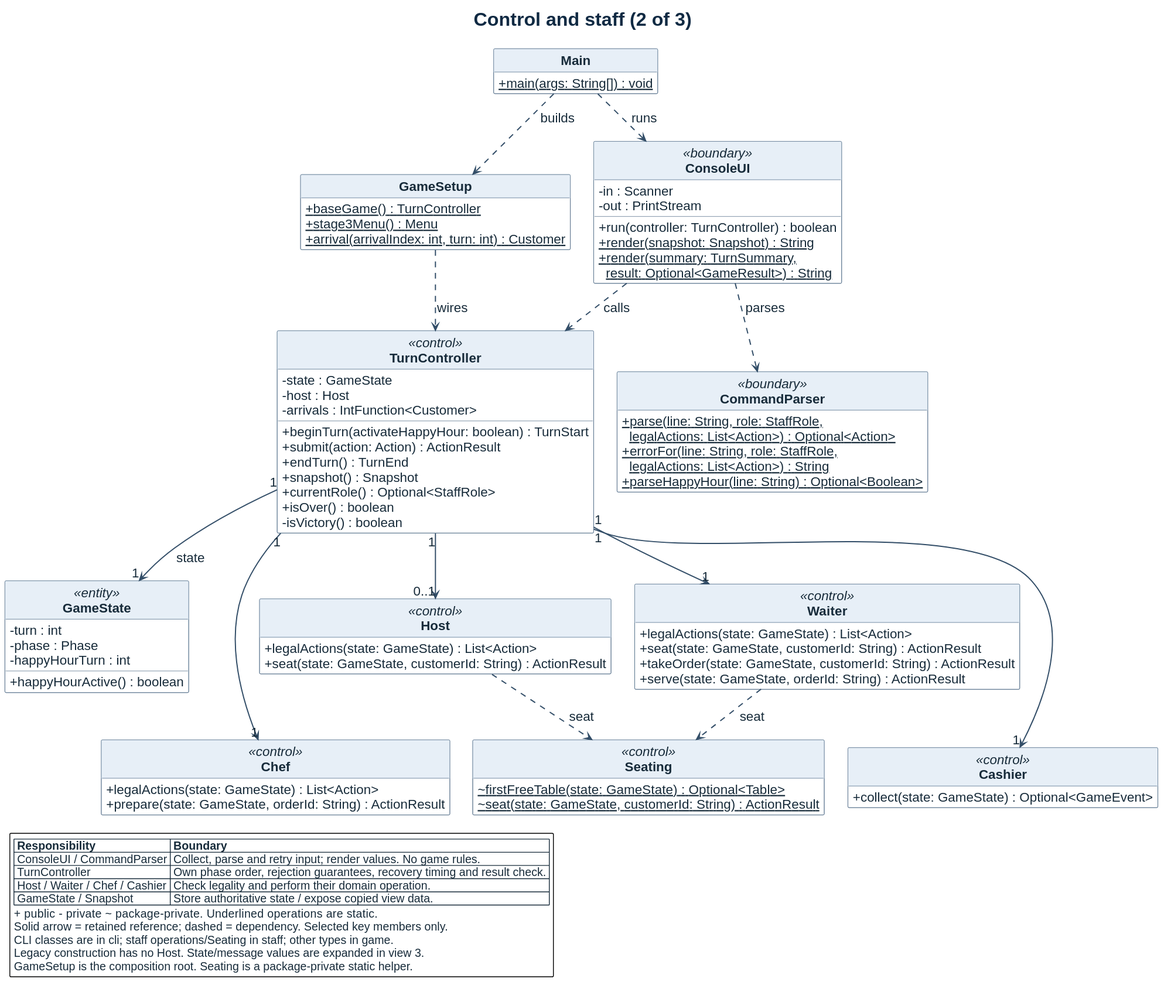
respoopu/SC2002-lab-assignment-final keeps this PlantUML diagram as docs/diagrams/exports/class-control.svg. Above is the earlier version. Its source is kept beside it as docs/diagrams/class-control.puml.
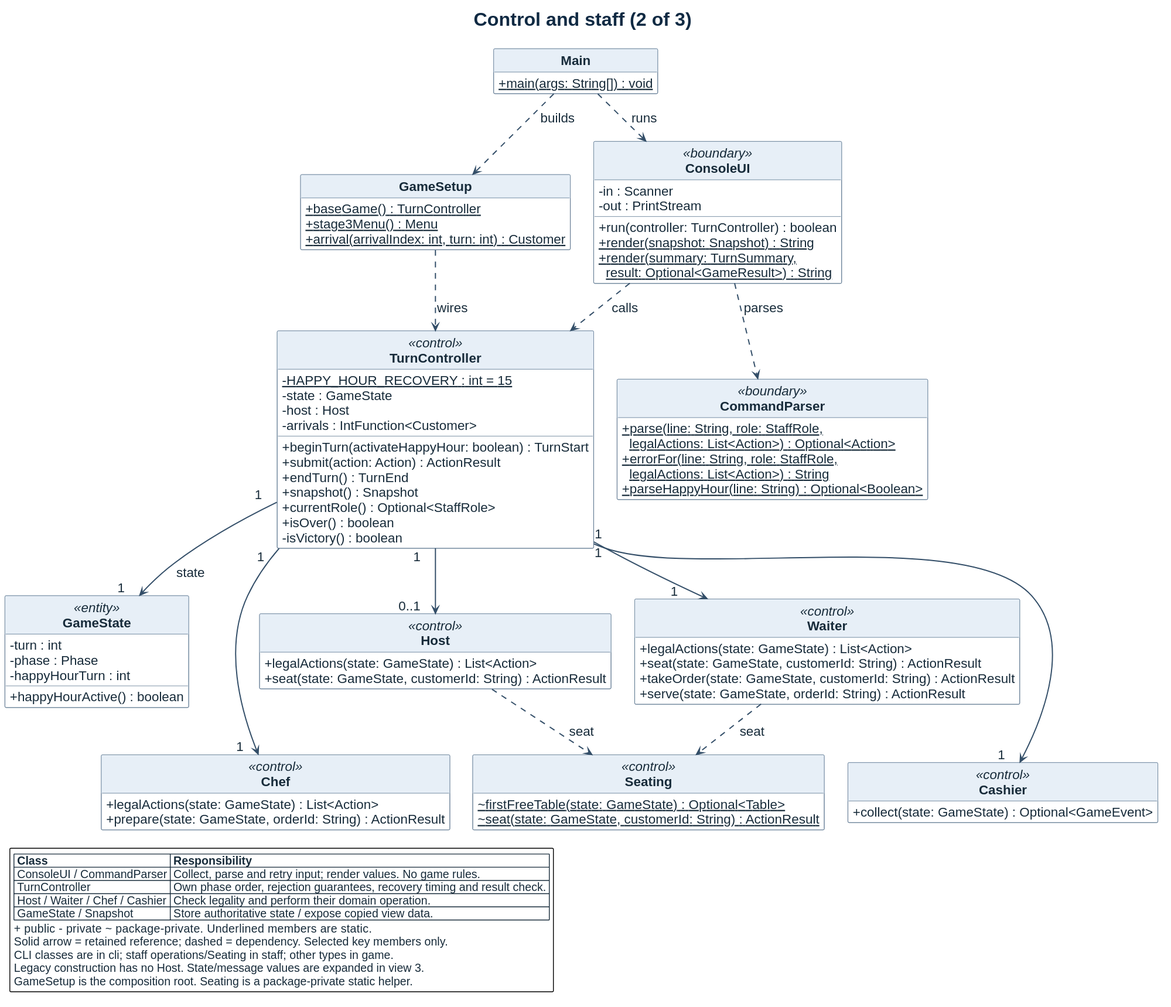
After the change.

Change to the diagram source:
```diff
@@ -25,6 +25,7 @@
   +{static} parseHappyHour(line: String) : Optional<Boolean>
 }
 class TurnController <<control>> {
+  -{static} HAPPY_HOUR_RECOVERY : int = 15
   -state : GameState
   -host : Host
   -arrivals : IntFunction<Customer>
@@ -69,11 +70,11 @@
 GameSetup ..> TurnController : wires
 ConsoleUI ..> CommandParser : parses
 ConsoleUI ..> TurnController : calls
-TurnController "1" --> "1" GameState : state
-TurnController "1" --> "0..1" Host
-TurnController "1" --> "1" Waiter
-TurnController "1" --> "1" Chef
-TurnController "1" --> "1" Cashier
+TurnController "1    " --> "1    " GameState : state
+TurnController "1    " --> "0..1    " Host
+TurnController "1    " --> "1        " Waiter
+TurnController "1    " --> "1    " Chef
+TurnController "1    " --> "1    " Cashier
 Host ..> Seating : seat
 Waiter ..> Seating : seat
 Host -[hidden]right-> Waiter
@@ -82,12 +83,12 @@
 Waiter -[hidden]down-> Cashier
 
 legend bottom left
-  |= Responsibility |= Boundary |
+  |= Class |= Responsibility |
   | ConsoleUI / CommandParser | Collect, parse and retry input; render values. No game rules. |
   | TurnController | Own phase order, rejection guarantees, recovery timing and result check. |
   | Host / Waiter / Chef / Cashier | Check legality and perform their domain operation. |
   | GameState / Snapshot | Store authoritative state / expose copied view data. |
-  + public   - private   ~ package-private. Underlined operations are static.
+  + public   - private   ~ package-private. Underlined members are static.
   Solid arrow = retained reference; dashed = dependency. Selected key members only.
   CLI classes are in cli; staff operations/Seating in staff; other types in game.
   Legacy construction has no Host. State/message values are expanded in view 3.
```
